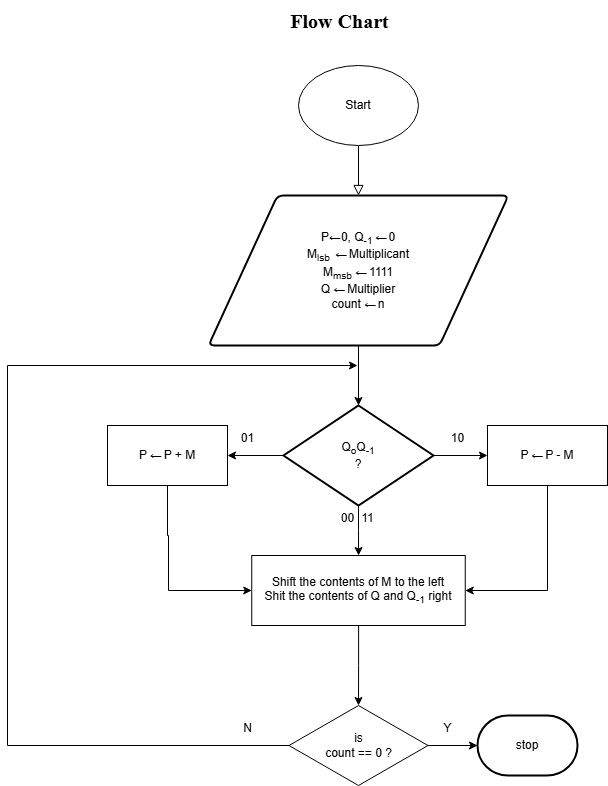
Above: booth multiplication implementation.drawio.png in anamboijohn/Computer-Architecture (draw.io), before the change. Source tidied: cells renumbered, new cells last; positions are measured from the earlier drawing's top-left corner, leaving out a move shared by most shapes.
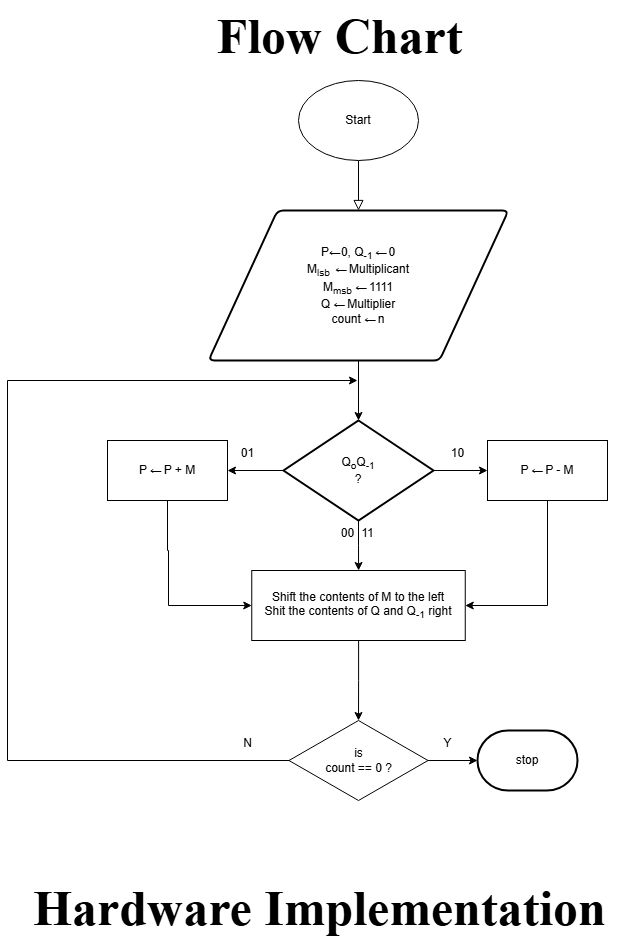
After the commit.

What changed in the source:
```diff
@@ -92,8 +92,11 @@
     <mxCell id="26" value="N" style="text;html=1;align=center;verticalAlign=middle;strokeColor=none;fillColor=none;" parent="2" vertex="1">
       <mxGeometry x="225" y="648" width="30" height="30" as="geometry" />
     </mxCell>
-    <mxCell id="27" value="&lt;font style=&quot;font-size: 20px;&quot; face=&quot;Times New Roman&quot;&gt;&lt;b&gt;Flow Chart&lt;/b&gt;&lt;/font&gt;" style="text;html=1;align=center;verticalAlign=middle;strokeColor=none;fillColor=none;" parent="1" vertex="1">
-      <mxGeometry x="272" width="120" height="40" as="geometry" />
+    <mxCell id="27" value="&lt;font style=&quot;font-size: 50px;&quot; face=&quot;Times New Roman&quot;&gt;&lt;b style=&quot;&quot;&gt;Flow Chart&lt;/b&gt;&lt;/font&gt;" style="text;html=1;align=center;verticalAlign=middle;strokeColor=none;fillColor=none;" parent="1" vertex="1">
+      <mxGeometry x="197" y="-15" width="270" height="70" as="geometry" />
     </mxCell>
+    <mxCell id="28" value="&lt;font style=&quot;font-size: 50px;&quot; face=&quot;Times New Roman&quot;&gt;&lt;b&gt;Hardware Implementation&lt;/b&gt;&lt;/font&gt;" style="text;html=1;align=center;verticalAlign=middle;strokeColor=none;fillColor=none;" parent="1" vertex="1">
+      <mxGeometry x="12" y="857" width="600" height="70" as="geometry" />
+    </mxCell>
   </root>
 </mxGraphModel>
```
